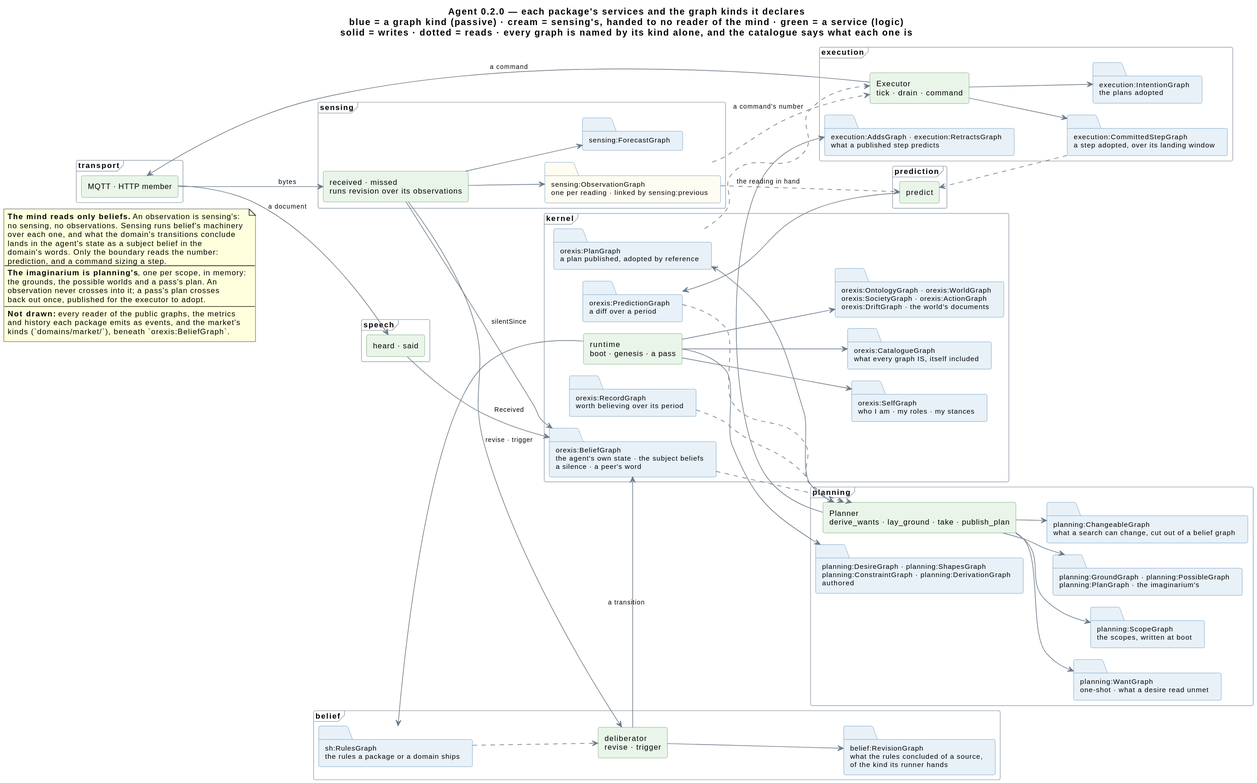
ShishkinDmitriy/orexis keeps this PlantUML diagram as knowledge/diagrams/agent-structure.svg. Above is the earlier version.
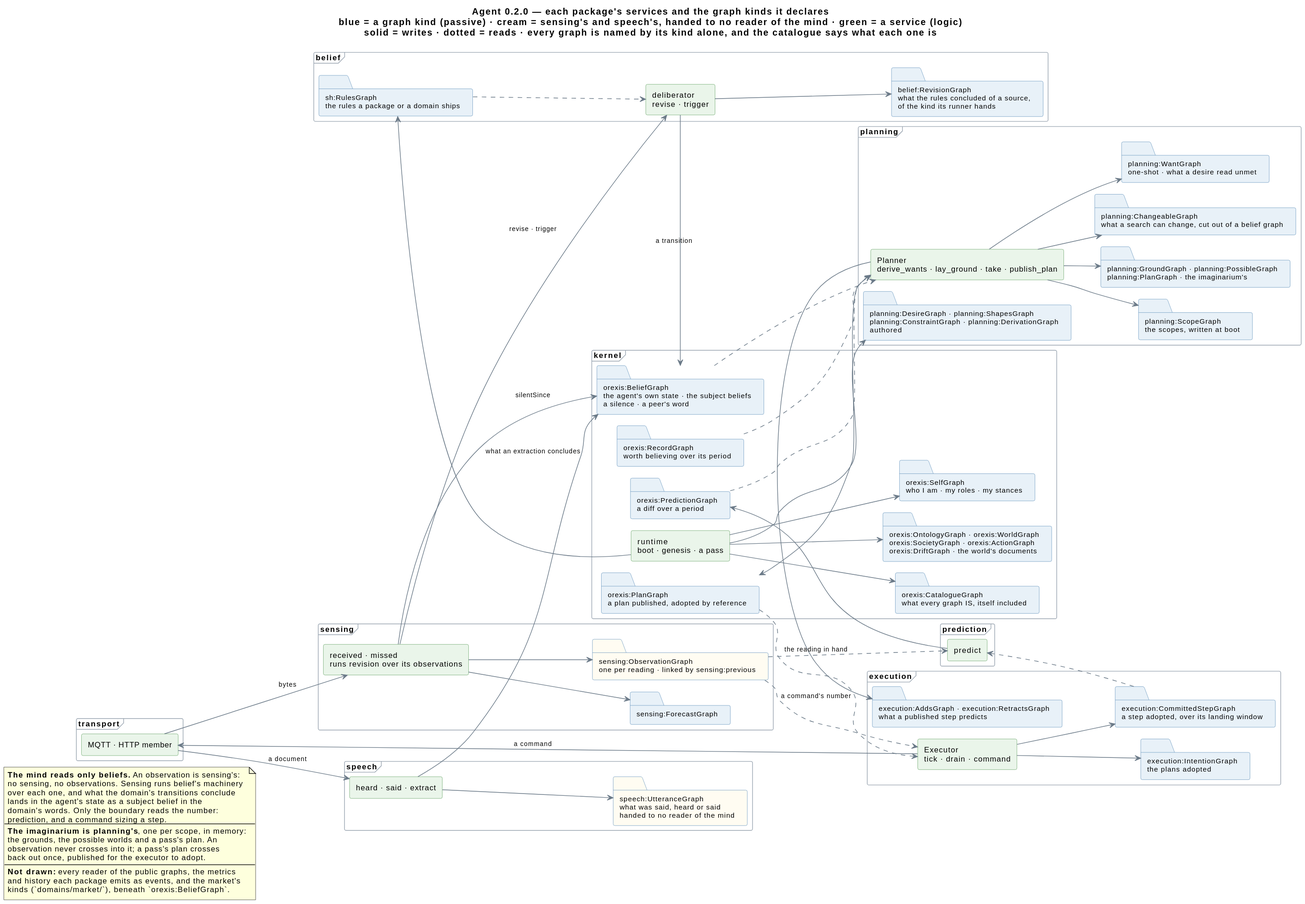
The same file after the commit.

Change to the diagram source:
```diff
@@ -1,7 +1,6 @@
 @startuml
 !pragma layout smetana
-!pragma layout smetana
-title Agent 0.2.0 — each package's services and the graph kinds it declares\nblue = a graph kind (passive) · cream = sensing's, handed to no reader of the mind · green = a service (logic)\nsolid = writes · dotted = reads · every graph is named by its kind alone, and the catalogue says what each one is
+title Agent 0.2.0 — each package's services and the graph kinds it declares\nblue = a graph kind (passive) · cream = sensing's and speech's, handed to no reader of the mind · green = a service (logic)\nsolid = writes · dotted = reads · every graph is named by its kind alone, and the catalogue says what each one is
 
 left to right direction
 skinparam componentStyle rectangle
@@ -35,7 +34,8 @@
 }
 
 frame "speech" {
-  component "heard · said" as SP
+  component "heard · said · extract" as SP
+  folder "speech:UtteranceGraph\nwhat was said, heard or said\nhanded to no reader of the mind" as utt #FFFCF2
 }
 
 frame "belief" {
@@ -89,7 +89,8 @@
 SEN --> DEL : revise · trigger
 DEL --> rev
 DEL --> st : a transition
-SP  --> st : Received
+SP  --> utt
+SP  --> st : what an extraction concludes
 PRE --> pr
 PL  --> scope
 PL  --> want
```
